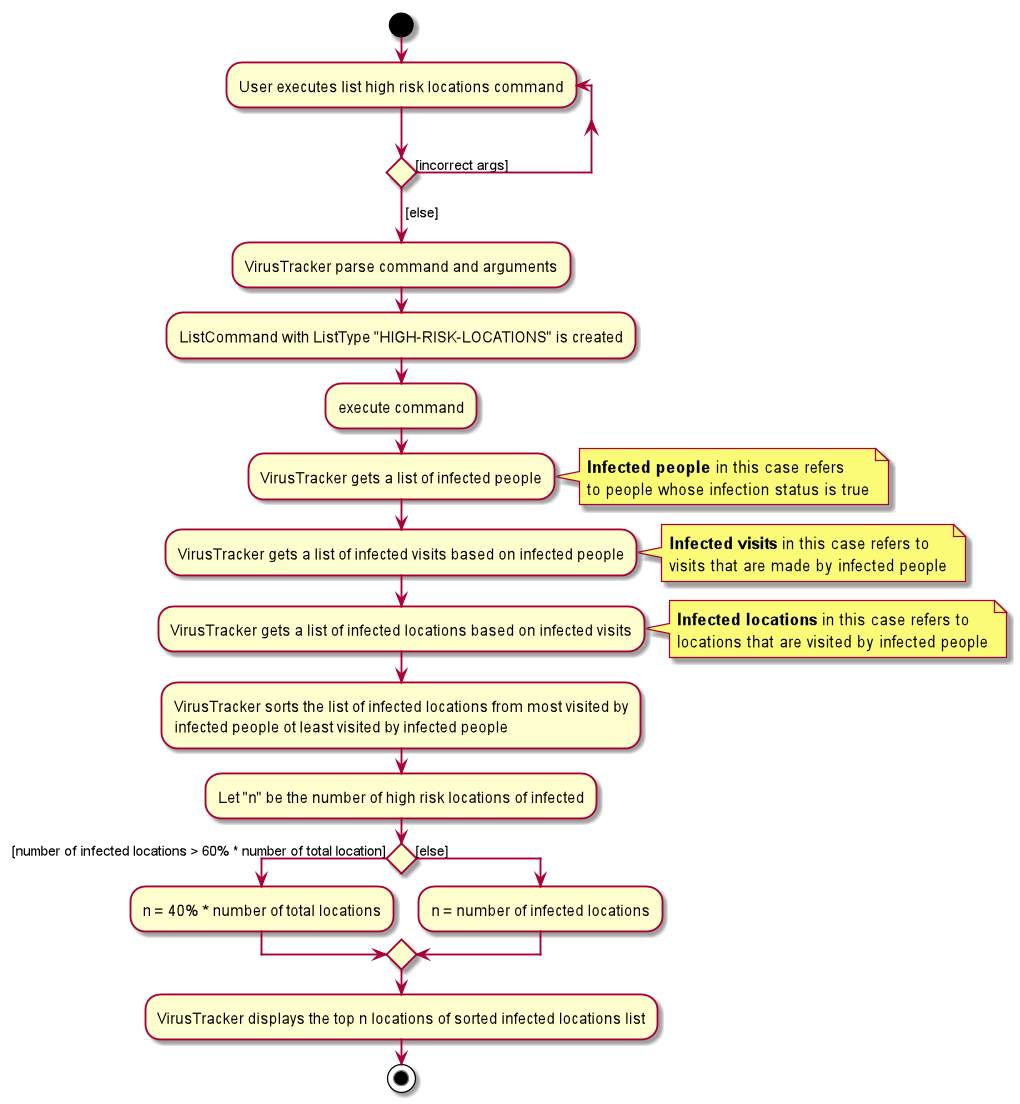
The PlantUML diagram docs/images/ListHighRiskLocationActivityDiagram.png in siangernlow/tp, before a commit. The source it was exported from:
```plantuml
@startuml
start


repeat :User executes list high risk locations command;
repeat while () is ([incorrect args])
->[else];

:VirusTracker parse command and arguments;

:ListCommand with ListType "HIGH-RISK-LOCATIONS" is created;

:execute command;

:VirusTracker gets a list of infected people;
note right
    **Infected people** in this case refers
    to people whose infection status is true
endnote

:VirusTracker gets a list of infected visits based on infected people;
note right
    **Infected visits** in this case refers to
    visits that are made by infected people
endnote

:VirusTracker gets a list of infected locations based on infected visits;
note right
    **Infected locations** in this case refers to
    locations that are visited by infected people
endnote

:VirusTracker sorts the list of infected locations from most visited by
infected people ot least visited by infected people;

:Let "n" be the number of high risk locations of infected;

if () then ([number of infected locations > 60% * number of total location])
    :n = 40% * number of total locations;
else ([else])
    :n = number of infected locations;
endif

:VirusTracker displays the top n locations of sorted infected locations list;

stop

@enduml
```
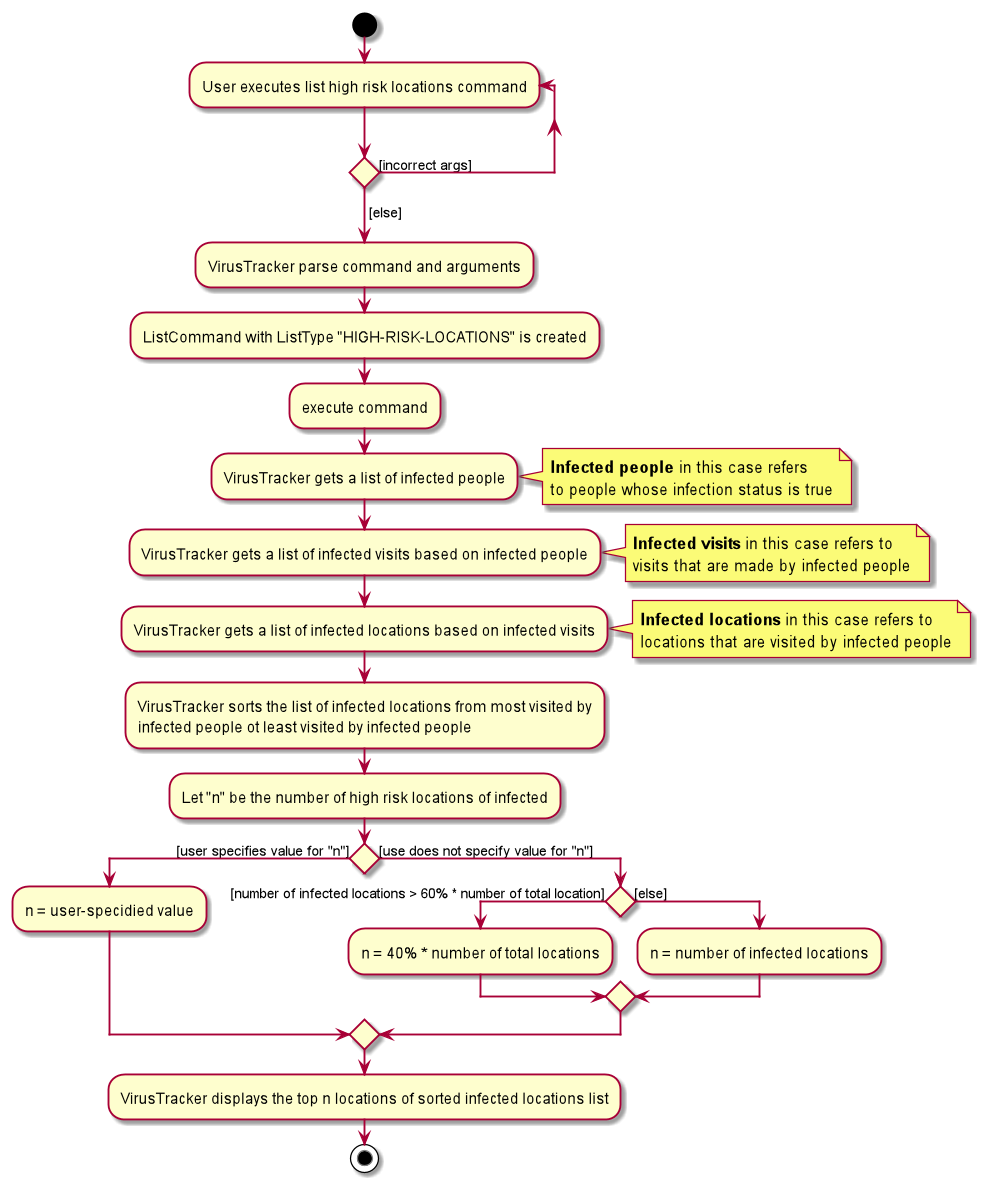
After the change.

Change to the diagram source:
```diff
@@ -35,10 +35,14 @@
 
 :Let "n" be the number of high risk locations of infected;
 
-if () then ([number of infected locations > 60% * number of total location])
-    :n = 40% * number of total locations;
-else ([else])
-    :n = number of infected locations;
+if () then ([user specifies value for "n"])
+    :n = user-specidied value;
+else ([use does not specify value for "n"])
+    if () then ([number of infected locations > 60% * number of total location])
+        :n = 40% * number of total locations;
+    else ([else])
+        :n = number of infected locations;
+    endif
 endif
 
 :VirusTracker displays the top n locations of sorted infected locations list;
```
